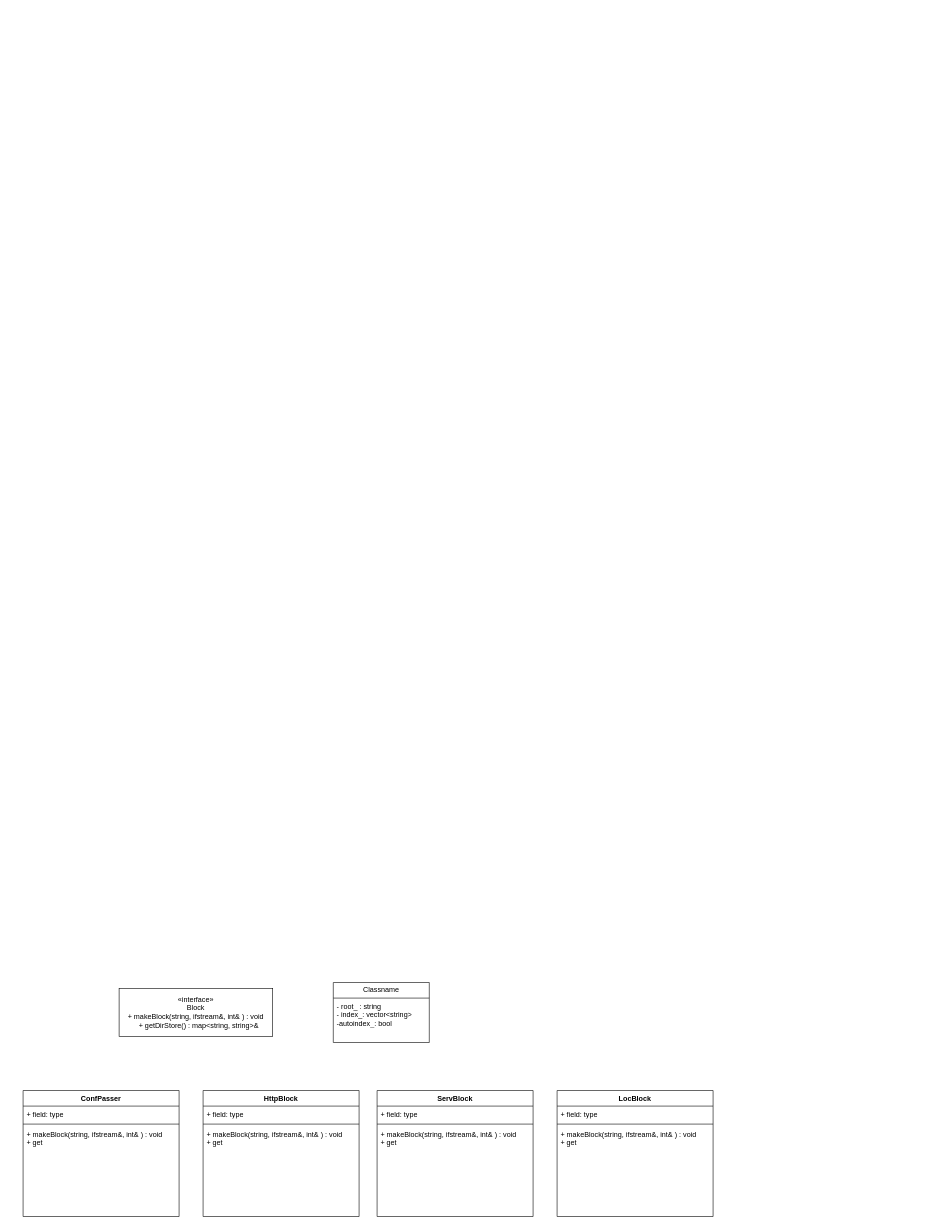
Hawardshin/Webserve keeps this draw.io diagram as webserv.drawio. Above is the earlier version. Source tidied: cells renumbered, new cells numbered last; positions are measured from the earlier drawing's top-left corner, leaving out a move shared by most shapes. Both pictures are drawn from the tidied source at 60%, with x=0, y=0 at pixel (23, 982).
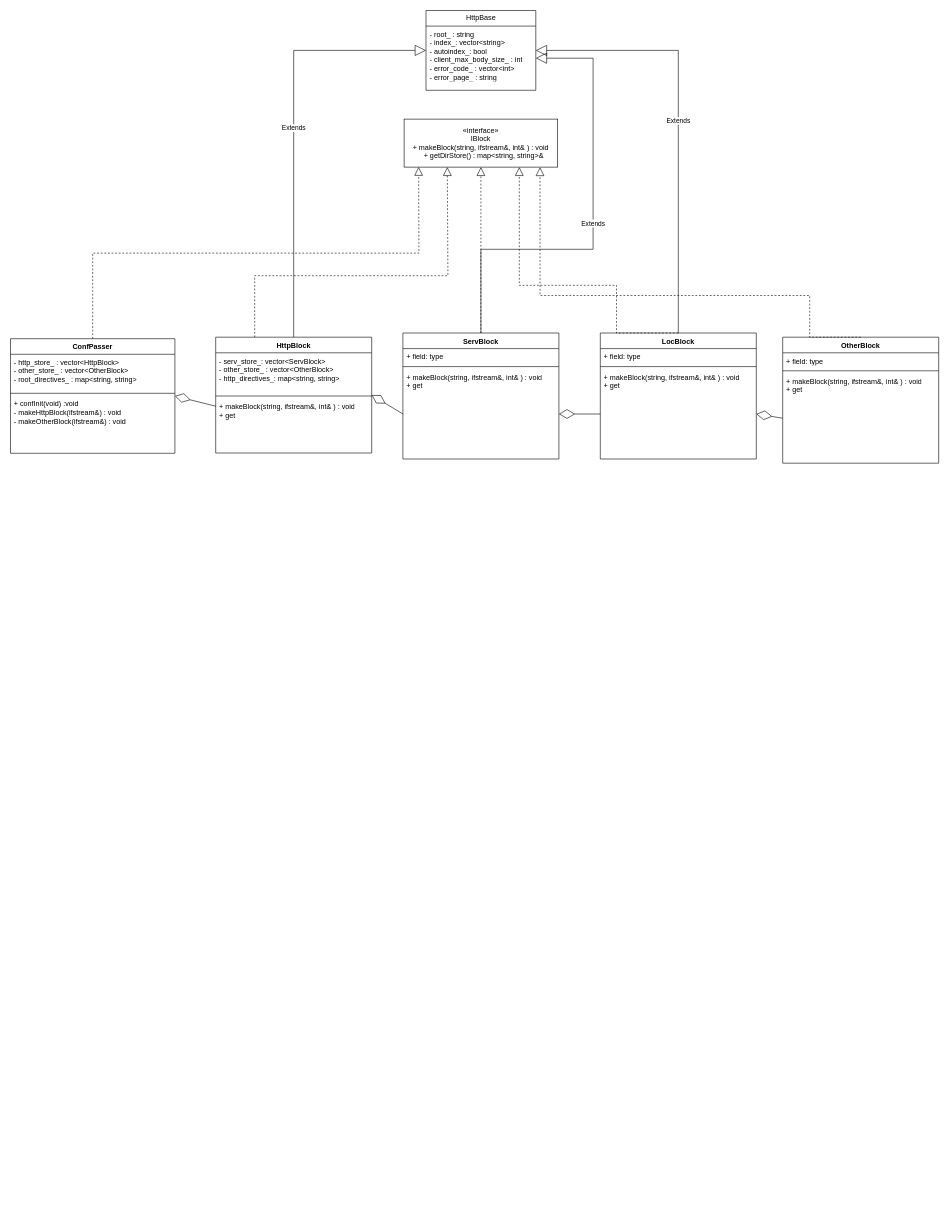
The same diagram, later.

Unchanged cells that the change refers to:
```xml
<mxCell id="14" value="+ makeBlock(string, ifstream&amp;amp;, int&amp;amp; ) :&amp;nbsp;&lt;span style=&quot;font-size: 12px;&quot;&gt;&lt;/span&gt;void&lt;br&gt;+ get" style="text;strokeColor=none;fillColor=none;align=left;verticalAlign=top;spacingLeft=4;spacingRight=4;overflow=hidden;points=[[0,0.5],[1,0.5]];portConstraint=eastwest;whiteSpace=wrap;html=1;" parent="11" vertex="1">
  <mxGeometry y="60" width="260" height="150" as="geometry" />
</mxCell>
<mxCell id="18" value="+ makeBlock(string, ifstream&amp;amp;, int&amp;amp; ) :&amp;nbsp;&lt;span style=&quot;font-size: 12px;&quot;&gt;&lt;/span&gt;void&lt;br&gt;+ get" style="text;strokeColor=none;fillColor=none;align=left;verticalAlign=top;spacingLeft=4;spacingRight=4;overflow=hidden;points=[[0,0.5],[1,0.5]];portConstraint=eastwest;whiteSpace=wrap;html=1;" parent="15" vertex="1">
  <mxGeometry y="60" width="260" height="150" as="geometry" />
</mxCell>
```

What changed in the source:
```diff
@@
     <mxCell id="2" value="ConfPasser" style="swimlane;fontStyle=1;align=center;verticalAlign=top;horizontal=1;startSize=26;whiteSpace=wrap;html=1;" parent="1" vertex="1">
-      <mxGeometry y="180" width="260" height="210" as="geometry" />
+      <mxGeometry x="-21" y="-1073" width="274" height="191" as="geometry" />
     </mxCell>
-    <mxCell id="3" value="+ field: type" style="text;strokeColor=none;fillColor=none;align=left;verticalAlign=top;spacingLeft=4;spacingRight=4;overflow=hidden;whiteSpace=wrap;html=1;" parent="2" vertex="1">
-      <mxGeometry y="26" width="260" height="26" as="geometry" />
+    <mxCell id="3" value="&lt;span style=&quot;background-color: initial; color: rgb(0, 0, 0); --darkreader-inline-bgcolor: initial; --darkreader-inline-color: #e8e6e3;&quot;&gt;- http_store_ : vector&amp;lt;HttpBlock&amp;gt;&lt;/span&gt;&lt;br&gt;&lt;div&gt;&lt;span style=&quot;&quot;&gt;&lt;/span&gt;&lt;/div&gt;&lt;div&gt;&lt;span style=&quot;&quot;&gt;- other_store_ : vector&amp;lt;OtherBlock&amp;gt;&amp;nbsp;&lt;/span&gt;&lt;/div&gt;&lt;div&gt;&lt;span style=&quot;background-color: initial; color: rgb(0, 0, 0); --darkreader-inline-bgcolor: initial; --darkreader-inline-color: #e8e6e3;&quot;&gt;-&amp;nbsp;&lt;/span&gt;&lt;span style=&quot;background-color: initial; color: rgb(0, 0, 0); --darkreader-inline-bgcolor: initial; --darkreader-inline-color: #e8e6e3;&quot;&gt;root_directives_ :&amp;nbsp;map&amp;lt;string, string&amp;gt;&lt;/span&gt;&lt;/div&gt;" style="text;strokeColor=none;fillColor=none;align=left;verticalAlign=top;spacingLeft=4;spacingRight=4;overflow=hidden;whiteSpace=wrap;html=1;" parent="2" vertex="1">
+      <mxGeometry y="26" width="274" height="61" as="geometry" />
     </mxCell>
     <mxCell id="4" style="line;strokeWidth=1;fillColor=none;align=left;verticalAlign=middle;spacingTop=-1;spacingLeft=3;spacingRight=3;labelPosition=right;strokeColor=inherit;" parent="2" vertex="1">
-      <mxGeometry y="52" width="260" height="8" as="geometry" />
+      <mxGeometry y="87" width="274" height="8" as="geometry" />
     </mxCell>
-    <mxCell id="5" value="+ makeBlock(string, ifstream&amp;amp;, int&amp;amp; ) :&amp;nbsp;&lt;span style=&quot;font-size: 12px;&quot;&gt;&lt;/span&gt;void&lt;br&gt;+ get" style="text;strokeColor=none;fillColor=none;align=left;verticalAlign=top;spacingLeft=4;spacingRight=4;overflow=hidden;whiteSpace=wrap;html=1;" parent="2" vertex="1">
-      <mxGeometry y="60" width="260" height="150" as="geometry" />
+    <mxCell id="5" value="+ confInit(void) :void&lt;br&gt;- makeHttpBlock&lt;span style=&quot;background-color: initial; color: rgb(0, 0, 0); --darkreader-inline-bgcolor: initial; --darkreader-inline-color: #e8e6e3;&quot;&gt;(ifstream&amp;amp;) :&amp;nbsp;&lt;/span&gt;&lt;span style=&quot;background-color: initial; color: rgb(0, 0, 0); --darkreader-inline-bgcolor: initial; --darkreader-inline-color: #e8e6e3;&quot;&gt;&lt;/span&gt;&lt;span style=&quot;background-color: initial; color: rgb(0, 0, 0); --darkreader-inline-bgcolor: initial; --darkreader-inline-color: #e8e6e3;&quot;&gt;void&lt;/span&gt;&lt;br&gt;- makeOtherBlock(ifstream&amp;amp;) :&amp;nbsp;&lt;span style=&quot;color: rgb(0, 0, 0); border-color: var(--darkreader-border--border-color); --darkreader-inline-color: #e8e6e3; --darkreader-inline-border: var(--darkreader-border--darkreader-border--border-color);&quot;&gt;&lt;/span&gt;&lt;span style=&quot;color: rgb(0, 0, 0); border-color: var(--darkreader-border--border-color); --darkreader-inline-color: #e8e6e3; --darkreader-inline-border: var(--darkreader-border--darkreader-border--border-color);&quot;&gt;void&lt;br&gt;&lt;br&gt;&lt;/span&gt;" style="text;strokeColor=none;fillColor=none;align=left;verticalAlign=top;spacingLeft=4;spacingRight=4;overflow=hidden;whiteSpace=wrap;html=1;" parent="2" vertex="1">
+      <mxGeometry y="95" width="274" height="96" as="geometry" />
     </mxCell>
-    <mxCell id="6" value="«interface»&lt;br&gt;Block&lt;br&gt;+ makeBlock(string, ifstream&amp;amp;, int&amp;amp; ) :&amp;nbsp;&lt;span style=&quot;border-color: var(--darkreader-border--border-color); text-align: left; --darkreader-inline-border: var(--darkreader-border--darkreader-border--border-color);&quot;&gt;&lt;/span&gt;&lt;span style=&quot;text-align: left;&quot;&gt;void&lt;/span&gt;&lt;br&gt;&lt;div style=&quot;&quot;&gt;&amp;nbsp; &amp;nbsp;+ getDirStore() :&amp;nbsp;&lt;span style=&quot;background-color: initial; color: rgb(0, 0, 0); --darkreader-inline-bgcolor: initial; --darkreader-inline-color: #e8e6e3;&quot;&gt;map&amp;lt;string, string&amp;gt;&amp;amp;&lt;/span&gt;&lt;/div&gt;" style="html=1;whiteSpace=wrap;" parent="1" vertex="1">
-      <mxGeometry x="160" y="10" width="256" height="80" as="geometry" />
+    <mxCell id="6" value="«interface»&lt;br&gt;IBlock&lt;br&gt;+ makeBlock(string, ifstream&amp;amp;, int&amp;amp; ) :&amp;nbsp;&lt;span style=&quot;border-color: var(--darkreader-border--border-color); text-align: left; --darkreader-inline-border: var(--darkreader-border--darkreader-border--border-color);&quot;&gt;&lt;/span&gt;&lt;span style=&quot;text-align: left;&quot;&gt;void&lt;/span&gt;&lt;br&gt;&lt;div style=&quot;&quot;&gt;&amp;nbsp; &amp;nbsp;+ getDirStore() :&amp;nbsp;&lt;span style=&quot;background-color: initial; color: rgb(0, 0, 0); --darkreader-inline-bgcolor: initial; --darkreader-inline-color: #e8e6e3;&quot;&gt;map&amp;lt;string, string&amp;gt;&amp;amp;&lt;/span&gt;&lt;/div&gt;" style="html=1;whiteSpace=wrap;" parent="1" vertex="1">
+      <mxGeometry x="635" y="-1439" width="256" height="80" as="geometry" />
     </mxCell>
     <mxCell id="7" value="HttpBlock" style="swimlane;fontStyle=1;align=center;verticalAlign=top;horizontal=1;startSize=26;whiteSpace=wrap;html=1;" parent="1" vertex="1">
-      <mxGeometry x="300" y="180" width="260" height="210" as="geometry" />
+      <mxGeometry x="321" y="-1075.5" width="260" height="193" as="geometry" />
     </mxCell>
-    <mxCell id="8" value="+ field: type" style="text;strokeColor=none;fillColor=none;align=left;verticalAlign=top;spacingLeft=4;spacingRight=4;overflow=hidden;whiteSpace=wrap;html=1;" parent="7" vertex="1">
-      <mxGeometry y="26" width="260" height="26" as="geometry" />
+    <mxCell id="8" value="-&amp;nbsp;serv_store_&lt;span style=&quot;background-color: initial; color: rgb(0, 0, 0); --darkreader-inline-bgcolor: initial; --darkreader-inline-color: #e8e6e3;&quot;&gt;: vector&amp;lt;&lt;/span&gt;&lt;span style=&quot;background-color: initial; color: rgb(0, 0, 0); --darkreader-inline-bgcolor: initial; --darkreader-inline-color: #e8e6e3;&quot;&gt;ServBlock&lt;/span&gt;&lt;span style=&quot;color: rgb(0, 0, 0); --darkreader-inline-color: #e8e6e3;&quot;&gt;&amp;gt;&lt;/span&gt;&lt;br&gt;&lt;div style=&quot;border-color: var(--darkreader-border--border-color); --darkreader-inline-border: var(--darkreader-border--darkreader-border--border-color);&quot;&gt;&lt;span style=&quot;border-color: var(--darkreader-border--border-color); --darkreader-inline-border: var(--darkreader-border--darkreader-border--border-color);&quot;&gt;&lt;/span&gt;&lt;/div&gt;&lt;div style=&quot;border-color: var(--darkreader-border--border-color); --darkreader-inline-border: var(--darkreader-border--darkreader-border--border-color);&quot;&gt;&lt;span style=&quot;border-color: var(--darkreader-border--border-color); --darkreader-inline-border: var(--darkreader-border--darkreader-border--border-color);&quot;&gt;- other_store_ : vector&amp;lt;OtherBlock&amp;gt;&amp;nbsp;&lt;/span&gt;&lt;/div&gt;&lt;div style=&quot;border-color: var(--darkreader-border--border-color); --darkreader-inline-border: var(--darkreader-border--darkreader-border--border-color);&quot;&gt;&lt;span style=&quot;color: rgb(0, 0, 0); border-color: var(--darkreader-border--border-color); --darkreader-inline-color: #e8e6e3; --darkreader-inline-border: var(--darkreader-border--darkreader-border--border-color);&quot;&gt;-&amp;nbsp;&lt;/span&gt;&lt;span style=&quot;color: rgb(0, 0, 0); border-color: var(--darkreader-border--border-color); --darkreader-inline-color: #e8e6e3; --darkreader-inline-border: var(--darkreader-border--darkreader-border--border-color);&quot;&gt;http_directives_:&amp;nbsp;map&amp;lt;string, string&amp;gt;&lt;/span&gt;&lt;/div&gt;" style="text;strokeColor=none;fillColor=none;align=left;verticalAlign=top;spacingLeft=4;spacingRight=4;overflow=hidden;whiteSpace=wrap;html=1;" parent="7" vertex="1">
+      <mxGeometry y="26" width="260" height="68" as="geometry" />
     </mxCell>
     <mxCell id="9" style="line;strokeWidth=1;fillColor=none;align=left;verticalAlign=middle;spacingTop=-1;spacingLeft=3;spacingRight=3;labelPosition=right;strokeColor=inherit;" parent="7" vertex="1">
-      <mxGeometry y="52" width="260" height="8" as="geometry" />
+      <mxGeometry y="94" width="260" height="8" as="geometry" />
     </mxCell>
     <mxCell id="10" value="+ makeBlock(string, ifstream&amp;amp;, int&amp;amp; ) :&amp;nbsp;&lt;span style=&quot;font-size: 12px;&quot;&gt;&lt;/span&gt;void&lt;br&gt;+ get" style="text;strokeColor=none;fillColor=none;align=left;verticalAlign=top;spacingLeft=4;spacingRight=4;overflow=hidden;points=[[0,0.5],[1,0.5]];portConstraint=eastwest;whiteSpace=wrap;html=1;" parent="7" vertex="1">
-      <mxGeometry y="60" width="260" height="150" as="geometry" />
+      <mxGeometry y="102" width="260" height="91" as="geometry" />
     </mxCell>
     <mxCell id="11" value="ServBlock" style="swimlane;fontStyle=1;align=center;verticalAlign=top;horizontal=1;startSize=26;whiteSpace=wrap;html=1;" parent="1" vertex="1">
-      <mxGeometry x="590" y="180" width="260" height="210" as="geometry" />
+      <mxGeometry x="633" y="-1082.5" width="260" height="210" as="geometry" />
     </mxCell>
@@
     <mxCell id="15" value="LocBlock" style="swimlane;fontStyle=1;align=center;verticalAlign=top;horizontal=1;startSize=26;whiteSpace=wrap;html=1;" parent="1" vertex="1">
-      <mxGeometry x="890" y="180" width="260" height="210" as="geometry" />
+      <mxGeometry x="962" y="-1082.5" width="260" height="210" as="geometry" />
     </mxCell>
@@
+    <mxCell id="21" style="endArrow=block;dashed=1;endFill=0;endSize=12;html=1;rounded=0;exitX=0.5;exitY=0;exitDx=0;exitDy=0;edgeStyle=orthogonalEdgeStyle;entryX=0.325;entryY=1.002;entryDx=0;entryDy=0;entryPerimeter=0;" parent="1" edge="1" source="2">
+      <mxGeometry relative="1" as="geometry">
+        <mxPoint x="659.2" y="-1359.3" as="targetPoint" />
+      </mxGeometry>
+    </mxCell>
+    <mxCell id="22" style="endArrow=block;dashed=1;endFill=0;endSize=12;html=1;rounded=0;exitX=0.25;exitY=0;exitDx=0;exitDy=0;entryX=0.5;entryY=1;entryDx=0;entryDy=0;edgeStyle=orthogonalEdgeStyle;" parent="1" edge="1" source="7">
+      <mxGeometry relative="1" as="geometry">
+        <mxPoint x="707" y="-1359" as="targetPoint" />
+        <Array as="points">
+          <mxPoint x="386" y="-1178" />
+          <mxPoint x="708" y="-1178" />
+          <mxPoint x="708" y="-1359" />
+        </Array>
+      </mxGeometry>
+    </mxCell>
+    <mxCell id="23" style="endArrow=block;dashed=1;endFill=0;endSize=12;html=1;rounded=0;exitX=0.5;exitY=0;exitDx=0;exitDy=0;edgeStyle=orthogonalEdgeStyle;entryX=0.5;entryY=1;entryDx=0;entryDy=0;" parent="1" edge="1" source="11" target="6">
+      <mxGeometry relative="1" as="geometry" />
+    </mxCell>
+    <mxCell id="24" style="endArrow=block;dashed=1;endFill=0;endSize=12;html=1;rounded=0;exitX=0.5;exitY=0;exitDx=0;exitDy=0;entryX=0.75;entryY=1;entryDx=0;entryDy=0;edgeStyle=orthogonalEdgeStyle;" parent="1" edge="1" source="15" target="6">
+      <mxGeometry relative="1" as="geometry">
+        <Array as="points">
+          <mxPoint x="989" y="-1082" />
+          <mxPoint x="989" y="-1162" />
+          <mxPoint x="827" y="-1162" />
+        </Array>
+      </mxGeometry>
+    </mxCell>
+    <mxCell id="25" value="Extends" style="endArrow=block;endSize=16;endFill=0;html=1;rounded=0;entryX=0;entryY=0.5;entryDx=0;entryDy=0;exitX=0.5;exitY=0;exitDx=0;exitDy=0;edgeStyle=orthogonalEdgeStyle;" parent="1" edge="1" source="7" target="19">
+      <mxGeometry relative="1" as="geometry" />
+    </mxCell>
+    <mxCell id="26" value="Extends" style="endArrow=block;endSize=16;endFill=0;html=1;rounded=0;entryX=1;entryY=0.5;entryDx=0;entryDy=0;exitX=0.5;exitY=0;exitDx=0;exitDy=0;edgeStyle=orthogonalEdgeStyle;" parent="1" edge="1" source="11" target="20">
+      <mxGeometry relative="1" as="geometry">
+        <Array as="points">
+          <mxPoint x="763" y="-1222" />
+          <mxPoint x="950" y="-1222" />
+          <mxPoint x="950" y="-1540" />
+        </Array>
+      </mxGeometry>
+    </mxCell>
+    <mxCell id="27" value="Extends" style="endArrow=block;endSize=16;endFill=0;html=1;rounded=0;entryX=1;entryY=0.5;entryDx=0;entryDy=0;exitX=0.5;exitY=0;exitDx=0;exitDy=0;edgeStyle=orthogonalEdgeStyle;" parent="1" edge="1" source="15" target="19">
+      <mxGeometry relative="1" as="geometry" />
+    </mxCell>
+    <mxCell id="28" value="OtherBlock" style="swimlane;fontStyle=1;align=center;verticalAlign=top;horizontal=1;startSize=26;whiteSpace=wrap;html=1;" parent="1" vertex="1">
+      <mxGeometry x="1266" y="-1075.5" width="260" height="210" as="geometry" />
+    </mxCell>
+    <mxCell id="29" value="+ field: type" style="text;strokeColor=none;fillColor=none;align=left;verticalAlign=top;spacingLeft=4;spacingRight=4;overflow=hidden;whiteSpace=wrap;html=1;" parent="28" vertex="1">
+      <mxGeometry y="26" width="260" height="26" as="geometry" />
+    </mxCell>
+    <mxCell id="30" style="line;strokeWidth=1;fillColor=none;align=left;verticalAlign=middle;spacingTop=-1;spacingLeft=3;spacingRight=3;labelPosition=right;strokeColor=inherit;" parent="28" vertex="1">
+      <mxGeometry y="52" width="260" height="8" as="geometry" />
+    </mxCell>
+    <mxCell id="31" value="+ makeBlock(string, ifstream&amp;amp;, int&amp;amp; ) :&amp;nbsp;&lt;span style=&quot;font-size: 12px;&quot;&gt;&lt;/span&gt;void&lt;br&gt;+ get" style="text;strokeColor=none;fillColor=none;align=left;verticalAlign=top;spacingLeft=4;spacingRight=4;overflow=hidden;points=[[0,0.5],[1,0.5]];portConstraint=eastwest;whiteSpace=wrap;html=1;" parent="28" vertex="1">
+      <mxGeometry y="60" width="260" height="150" as="geometry" />
+    </mxCell>
+    <mxCell id="32" style="endArrow=block;dashed=1;endFill=0;endSize=12;html=1;rounded=0;entryX=0.885;entryY=1.002;entryDx=0;entryDy=0;entryPerimeter=0;exitX=0.5;exitY=0;exitDx=0;exitDy=0;edgeStyle=orthogonalEdgeStyle;" parent="1" edge="1" source="28" target="6">
+      <mxGeometry relative="1" as="geometry">
+        <Array as="points">
+          <mxPoint x="1311" y="-1145" />
+          <mxPoint x="862" y="-1145" />
+        </Array>
+      </mxGeometry>
+    </mxCell>
-    <mxCell id="19" value="Classname" style="swimlane;fontStyle=0;horizontal=1;startSize=26;fillColor=none;whiteSpace=wrap;html=1;" parent="1" vertex="1">
-      <mxGeometry x="517" width="160" height="100" as="geometry" />
+    <mxCell id="19" value="HttpBase" style="swimlane;fontStyle=0;horizontal=1;startSize=26;fillColor=none;whiteSpace=wrap;html=1;glass=0;" parent="1" vertex="1">
+      <mxGeometry x="671.5" y="-1620" width="183" height="133" as="geometry" />
     </mxCell>
-    <mxCell id="20" value="- root_ : string&lt;br&gt;- index_:&amp;nbsp;vector&amp;lt;string&amp;gt;&lt;br&gt;-autoindex_:&amp;nbsp;bool&lt;br&gt;" style="text;strokeColor=none;fillColor=none;align=left;verticalAlign=top;spacingLeft=4;spacingRight=4;overflow=hidden;points=[[0,0.5],[1,0.5]];portConstraint=eastwest;whiteSpace=wrap;html=1;" parent="19" vertex="1">
-      <mxGeometry y="26" width="160" height="74" as="geometry" />
+    <mxCell id="20" value="- root_ : string&lt;br&gt;- index_:&amp;nbsp;vector&amp;lt;string&amp;gt;&lt;br&gt;- autoindex_:&amp;nbsp;bool&lt;br&gt;- client_max_body_size_ :&amp;nbsp;int&lt;br&gt;- error_code_ :&amp;nbsp;vector&amp;lt;int&amp;gt;&lt;br&gt;-&amp;nbsp;error_page_ : string" style="text;strokeColor=none;fillColor=none;align=left;verticalAlign=top;spacingLeft=4;spacingRight=4;overflow=hidden;points=[[0,0.5],[1,0.5]];portConstraint=eastwest;whiteSpace=wrap;html=1;" parent="19" vertex="1">
+      <mxGeometry y="26" width="183" height="107" as="geometry" />
     </mxCell>
+    <mxCell id="33" style="endArrow=diamondThin;endFill=0;endSize=24;html=1;rounded=0;entryX=1;entryY=0.5;entryDx=0;entryDy=0;" parent="1" edge="1" source="10" target="2">
+      <mxGeometry relative="1" as="geometry" />
+    </mxCell>
+    <mxCell id="34" style="endArrow=diamondThin;endFill=0;endSize=24;html=1;rounded=0;entryX=1;entryY=0.5;entryDx=0;entryDy=0;exitX=0;exitY=0.5;exitDx=0;exitDy=0;" parent="1" edge="1" source="14" target="7">
+      <mxGeometry relative="1" as="geometry" />
+    </mxCell>
+    <mxCell id="35" style="endArrow=diamondThin;endFill=0;endSize=24;html=1;rounded=0;entryX=1;entryY=0.5;entryDx=0;entryDy=0;exitX=0;exitY=0.5;exitDx=0;exitDy=0;" parent="1" edge="1" source="18" target="14">
+      <mxGeometry relative="1" as="geometry" />
+    </mxCell>
+    <mxCell id="36" style="endArrow=diamondThin;endFill=0;endSize=24;html=1;rounded=0;entryX=1;entryY=0.5;entryDx=0;entryDy=0;exitX=0;exitY=0.5;exitDx=0;exitDy=0;" parent="1" edge="1" source="31" target="18">
+      <mxGeometry relative="1" as="geometry" />
+    </mxCell>
```
